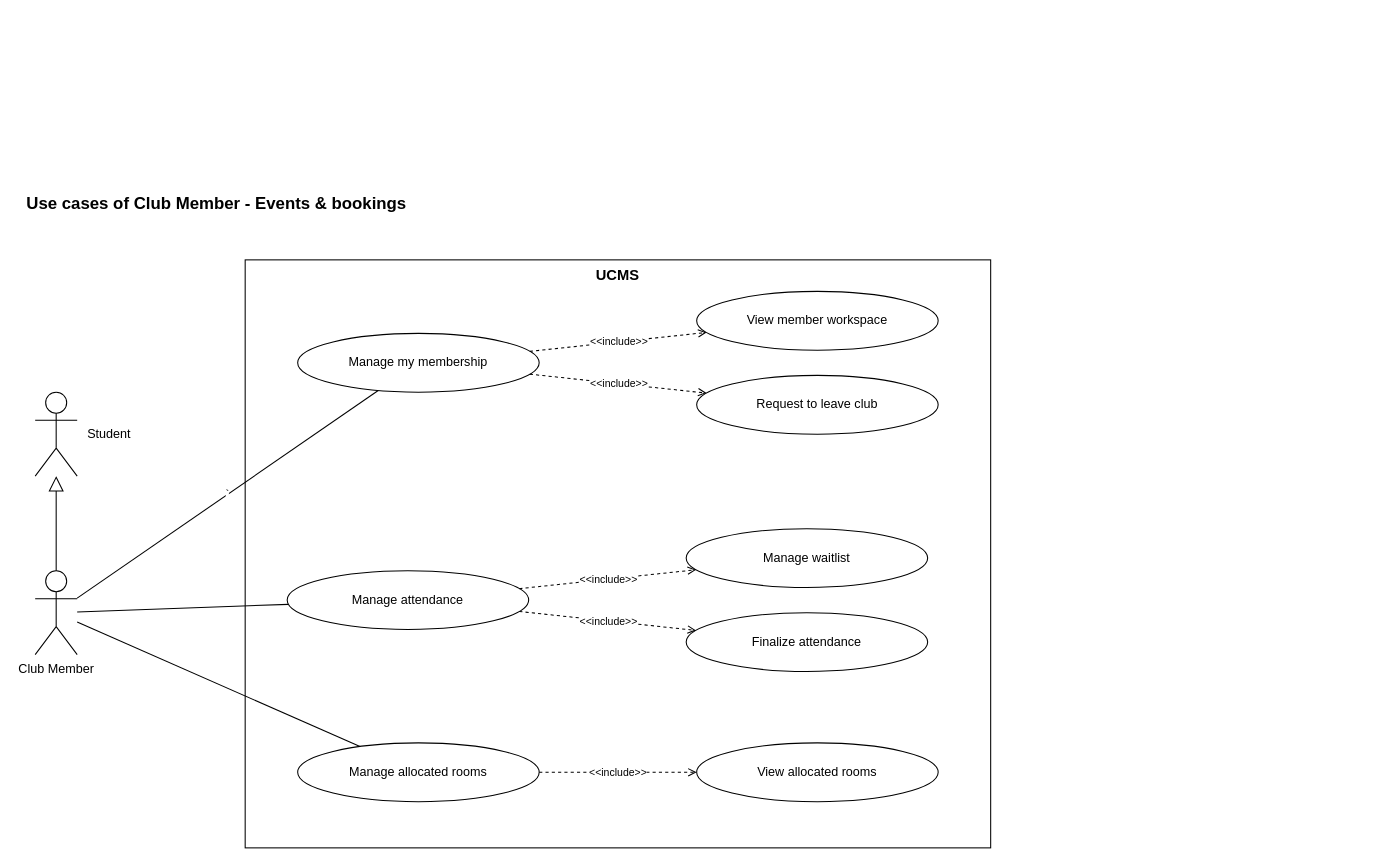
nvdekay/ClubManagementSystem keeps this draw.io diagram as page "Club Member - Events & bookings" (3 of 9) of docs/03-diagrams/UCMS_UseCase_ByActor.drawio. Above is the earlier version. Source tidied: cells renumbered, new cells numbered last; positions are measured from the earlier drawing's top-left corner, leaving out a move shared by most shapes. Both pictures are drawn from the tidied source at 105%, with x=0, y=0 at pixel (24, 186).
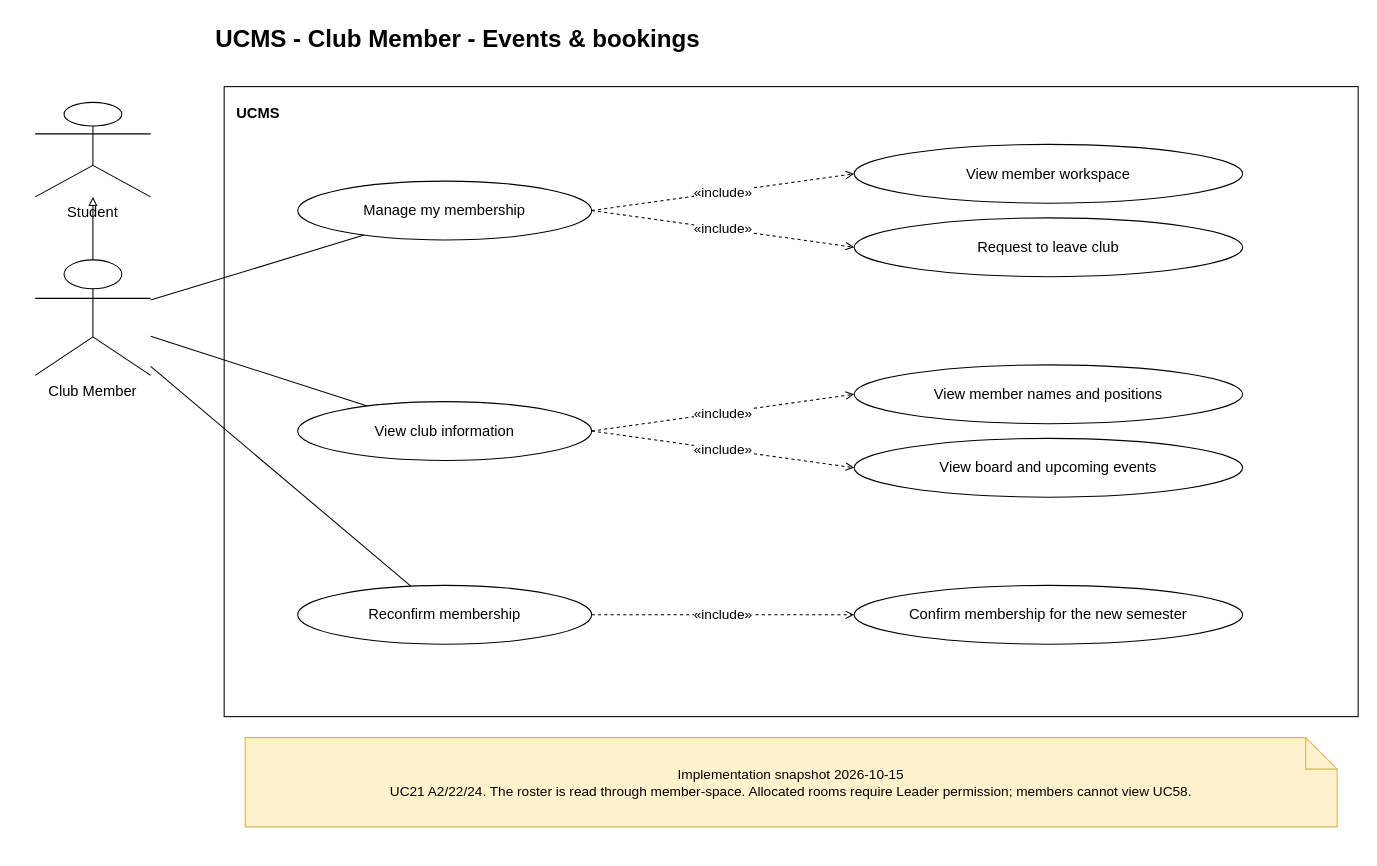
After the change.

Change to the diagram source:
```diff
@@
-    <mxCell id="2" value="Use cases of Club Member - Events &amp; bookings" style="text;html=1;fontStyle=1;fontSize=16;align=left;" parent="1" vertex="1">
-      <mxGeometry width="900" height="30" as="geometry" />
-    </mxCell>
+    <mxCell id="23" value="UCMS - Club Member - Events &amp; bookings" style="whiteSpace=wrap;html=1;fontFamily=Arial;fontSize=14;text;fontSize=23;fontStyle=1;" parent="1" vertex="1">
+      <mxGeometry x="180" y="-160" width="1080" height="45" as="geometry" />
+    </mxCell>
-    <mxCell id="3" value="UCMS" style="rounded=0;whiteSpace=wrap;html=1;fillColor=none;strokeColor=#000000;verticalAlign=top;fontStyle=1;fontSize=14;" parent="1" vertex="1">
-      <mxGeometry x="210" y="70" width="710" height="560" as="geometry" />
+    <mxCell id="3" value="UCMS" style="whiteSpace=wrap;html=1;fontFamily=Arial;fontSize=14;rounded=0;fillColor=none;strokeColor=#000000;verticalAlign=top;fontStyle=1;align=left;spacing=12;" parent="1" vertex="1">
+      <mxGeometry x="190" y="-95" width="1080" height="600" as="geometry" />
     </mxCell>
-    <mxCell id="4" value="Club Member" style="shape=umlActor;verticalLabelPosition=bottom;verticalAlign=top;html=1;outlineConnect=0;fillColor=#ffffff;strokeColor=#000000;" parent="1" vertex="1">
-      <mxGeometry x="10" y="366" width="40" height="80" as="geometry" />
+    <mxCell id="4" value="Club Member" style="whiteSpace=wrap;html=1;fontFamily=Arial;fontSize=14;shape=umlActor;verticalLabelPosition=bottom;verticalAlign=top;" parent="1" vertex="1">
+      <mxGeometry x="10" y="70" width="110" height="110" as="geometry" />
     </mxCell>
-    <mxCell id="5" value="Student" style="shape=umlActor;verticalLabelPosition=middle;verticalAlign=middle;labelPosition=right;align=left;spacingLeft=8;html=1;outlineConnect=0;fillColor=#ffffff;strokeColor=#000000;fontSize=12;" parent="1" vertex="1">
-      <mxGeometry x="10" y="196" width="40" height="80" as="geometry" />
+    <mxCell id="5" value="Student" style="whiteSpace=wrap;html=1;fontFamily=Arial;fontSize=14;shape=umlActor;verticalLabelPosition=bottom;verticalAlign=top;" parent="1" vertex="1">
+      <mxGeometry x="10" y="-80" width="110" height="90" as="geometry" />
     </mxCell>
-    <mxCell id="6" style="endArrow=block;endFill=0;endSize=12;html=1;strokeColor=#000000;dashed=0;exitX=0.5;exitY=0;exitDx=0;exitDy=0;entryX=0.5;entryY=1;entryDx=0;entryDy=0;" parent="1" edge="1" source="4" target="5">
+    <mxCell id="6" style="html=1;fontFamily=Arial;fontSize=13;edgeStyle=none;rounded=0;endArrow=block;endFill=0;" parent="1" edge="1" source="4" target="5">
       <mxGeometry relative="1" as="geometry" />
     </mxCell>
-    <mxCell id="7" value="Manage attendance" style="ellipse;whiteSpace=wrap;html=1;fillColor=#ffffff;strokeColor=#000000;fontSize=12;" parent="1" vertex="1">
-      <mxGeometry x="250" y="366" width="230" height="56" as="geometry" />
-    </mxCell>
-    <mxCell id="8" style="endArrow=none;html=1;strokeColor=#000000;" parent="1" edge="1" source="4" target="7">
-      <mxGeometry relative="1" as="geometry" />
-    </mxCell>
-    <mxCell id="9" value="Manage waitlist" style="ellipse;whiteSpace=wrap;html=1;fillColor=#ffffff;strokeColor=#000000;fontSize=12;" parent="1" vertex="1">
-      <mxGeometry x="630" y="326" width="230" height="56" as="geometry" />
-    </mxCell>
-    <mxCell id="10" value="&amp;lt;&amp;lt;include&amp;gt;&amp;gt;" style="endArrow=open;dashed=1;html=1;strokeColor=#000000;fontSize=10;labelBackgroundColor=#ffffff;" parent="1" edge="1" source="7" target="9">
-      <mxGeometry relative="1" as="geometry" />
-    </mxCell>
-    <mxCell id="11" value="Finalize attendance" style="ellipse;whiteSpace=wrap;html=1;fillColor=#ffffff;strokeColor=#000000;fontSize=12;" parent="1" vertex="1">
-      <mxGeometry x="630" y="406" width="230" height="56" as="geometry" />
-    </mxCell>
-    <mxCell id="12" value="&amp;lt;&amp;lt;include&amp;gt;&amp;gt;" style="endArrow=open;dashed=1;html=1;strokeColor=#000000;fontSize=10;labelBackgroundColor=#ffffff;" parent="1" edge="1" source="7" target="11">
-      <mxGeometry relative="1" as="geometry" />
-    </mxCell>
-    <mxCell id="13" value="Manage allocated rooms" style="ellipse;whiteSpace=wrap;html=1;fillColor=#ffffff;strokeColor=#000000;fontSize=12;" parent="1" vertex="1">
-      <mxGeometry x="260" y="530" width="230" height="56" as="geometry" />
-    </mxCell>
-    <mxCell id="14" style="endArrow=none;html=1;strokeColor=#000000;" parent="1" edge="1" source="4" target="13">
-      <mxGeometry relative="1" as="geometry" />
-    </mxCell>
-    <mxCell id="15" value="View allocated rooms" style="ellipse;whiteSpace=wrap;html=1;fillColor=#ffffff;strokeColor=#000000;fontSize=12;" parent="1" vertex="1">
-      <mxGeometry x="640" y="530" width="230" height="56" as="geometry" />
-    </mxCell>
-    <mxCell id="16" value="&amp;lt;&amp;lt;include&amp;gt;&amp;gt;" style="endArrow=open;dashed=1;html=1;strokeColor=#000000;fontSize=10;labelBackgroundColor=#ffffff;" parent="1" edge="1" source="13" target="15">
-      <mxGeometry relative="1" as="geometry" />
-    </mxCell>
+    <mxCell id="18" value="Manage my membership" style="whiteSpace=wrap;html=1;fontFamily=Arial;fontSize=14;ellipse;fillColor=#ffffff;strokeColor=#000000;" parent="1" vertex="1">
+      <mxGeometry x="260" y="-5" width="280" height="56" as="geometry" />
+    </mxCell>
-    <mxCell id="17" value="`" style="edgeStyle=none;html=1;endArrow=none;endFill=0;" parent="1" edge="1" source="4" target="18">
+    <mxCell id="17" style="html=1;fontFamily=Arial;fontSize=13;edgeStyle=none;rounded=0;endArrow=none;" parent="1" edge="1" source="4" target="18">
       <mxGeometry relative="1" as="geometry" />
     </mxCell>
-    <mxCell id="18" value="Manage my membership" style="ellipse;whiteSpace=wrap;html=1;fillColor=#ffffff;strokeColor=#000000;fontSize=12;" parent="1" vertex="1">
-      <mxGeometry x="260" y="140" width="230" height="56" as="geometry" />
-    </mxCell>
-    <mxCell id="19" value="View member workspace" style="ellipse;whiteSpace=wrap;html=1;fillColor=#ffffff;strokeColor=#000000;fontSize=12;" parent="1" vertex="1">
-      <mxGeometry x="640" y="100" width="230" height="56" as="geometry" />
+    <mxCell id="19" value="View member workspace" style="whiteSpace=wrap;html=1;fontFamily=Arial;fontSize=14;ellipse;fillColor=#ffffff;strokeColor=#000000;" parent="1" vertex="1">
+      <mxGeometry x="790" y="-40" width="370" height="56" as="geometry" />
     </mxCell>
-    <mxCell id="20" value="&amp;lt;&amp;lt;include&amp;gt;&amp;gt;" style="endArrow=open;dashed=1;html=1;strokeColor=#000000;fontSize=10;labelBackgroundColor=#ffffff;" parent="1" edge="1" source="18" target="19">
+    <mxCell id="20" value="«include»" style="html=1;fontFamily=Arial;fontSize=13;edgeStyle=none;rounded=0;endArrow=open;dashed=1;exitX=1;exitY=0.5;entryX=0;entryY=0.5;" parent="1" edge="1" source="18" target="19">
       <mxGeometry relative="1" as="geometry" />
     </mxCell>
-    <mxCell id="21" value="Request to leave club" style="ellipse;whiteSpace=wrap;html=1;fillColor=#ffffff;strokeColor=#000000;fontSize=12;" parent="1" vertex="1">
-      <mxGeometry x="640" y="180" width="230" height="56" as="geometry" />
+    <mxCell id="21" value="Request to leave club" style="whiteSpace=wrap;html=1;fontFamily=Arial;fontSize=14;ellipse;fillColor=#ffffff;strokeColor=#000000;" parent="1" vertex="1">
+      <mxGeometry x="790" y="30" width="370" height="56" as="geometry" />
     </mxCell>
-    <mxCell id="22" value="&amp;lt;&amp;lt;include&amp;gt;&amp;gt;" style="endArrow=open;dashed=1;html=1;strokeColor=#000000;fontSize=10;labelBackgroundColor=#ffffff;" parent="1" edge="1" source="18" target="21">
+    <mxCell id="22" value="«include»" style="html=1;fontFamily=Arial;fontSize=13;edgeStyle=none;rounded=0;endArrow=open;dashed=1;exitX=1;exitY=0.5;entryX=0;entryY=0.5;" parent="1" edge="1" source="18" target="21">
       <mxGeometry relative="1" as="geometry" />
     </mxCell>
+    <mxCell id="24" value="View club information" style="whiteSpace=wrap;html=1;fontFamily=Arial;fontSize=14;ellipse;fillColor=#ffffff;strokeColor=#000000;" parent="1" vertex="1">
+      <mxGeometry x="260" y="205" width="280" height="56" as="geometry" />
+    </mxCell>
+    <mxCell id="25" style="html=1;fontFamily=Arial;fontSize=13;edgeStyle=none;rounded=0;endArrow=none;" parent="1" edge="1" source="4" target="24">
+      <mxGeometry relative="1" as="geometry" />
+    </mxCell>
+    <mxCell id="26" value="View member names and positions" style="whiteSpace=wrap;html=1;fontFamily=Arial;fontSize=14;ellipse;fillColor=#ffffff;strokeColor=#000000;" parent="1" vertex="1">
+      <mxGeometry x="790" y="170" width="370" height="56" as="geometry" />
+    </mxCell>
+    <mxCell id="27" value="«include»" style="html=1;fontFamily=Arial;fontSize=13;edgeStyle=none;rounded=0;endArrow=open;dashed=1;exitX=1;exitY=0.5;entryX=0;entryY=0.5;" parent="1" edge="1" source="24" target="26">
+      <mxGeometry relative="1" as="geometry" />
+    </mxCell>
+    <mxCell id="28" value="View board and upcoming events" style="whiteSpace=wrap;html=1;fontFamily=Arial;fontSize=14;ellipse;fillColor=#ffffff;strokeColor=#000000;" parent="1" vertex="1">
+      <mxGeometry x="790" y="240" width="370" height="56" as="geometry" />
+    </mxCell>
+    <mxCell id="29" value="«include»" style="html=1;fontFamily=Arial;fontSize=13;edgeStyle=none;rounded=0;endArrow=open;dashed=1;exitX=1;exitY=0.5;entryX=0;entryY=0.5;" parent="1" edge="1" source="24" target="28">
+      <mxGeometry relative="1" as="geometry" />
+    </mxCell>
+    <mxCell id="30" value="Reconfirm membership" style="whiteSpace=wrap;html=1;fontFamily=Arial;fontSize=14;ellipse;fillColor=#ffffff;strokeColor=#000000;" parent="1" vertex="1">
+      <mxGeometry x="260" y="380" width="280" height="56" as="geometry" />
+    </mxCell>
+    <mxCell id="31" style="html=1;fontFamily=Arial;fontSize=13;edgeStyle=none;rounded=0;endArrow=none;" parent="1" edge="1" source="4" target="30">
+      <mxGeometry relative="1" as="geometry" />
+    </mxCell>
+    <mxCell id="32" value="Confirm membership for the new semester" style="whiteSpace=wrap;html=1;fontFamily=Arial;fontSize=14;ellipse;fillColor=#ffffff;strokeColor=#000000;" parent="1" vertex="1">
+      <mxGeometry x="790" y="380" width="370" height="56" as="geometry" />
+    </mxCell>
+    <mxCell id="33" value="«include»" style="html=1;fontFamily=Arial;fontSize=13;edgeStyle=none;rounded=0;endArrow=open;dashed=1;exitX=1;exitY=0.5;entryX=0;entryY=0.5;" parent="1" edge="1" source="30" target="32">
+      <mxGeometry relative="1" as="geometry" />
+    </mxCell>
+    <mxCell id="34" value="Implementation snapshot 2026-10-15&lt;br&gt;UC21 A2/22/24. The roster is read through member-space. Allocated rooms require Leader permission; members cannot view UC58." style="whiteSpace=wrap;html=1;fontFamily=Arial;fontSize=14;shape=note;fillColor=#fff2cc;strokeColor=#d6b656;fontSize=13;" parent="1" vertex="1">
+      <mxGeometry x="210" y="525" width="1040" height="85" as="geometry" />
+    </mxCell>
```
